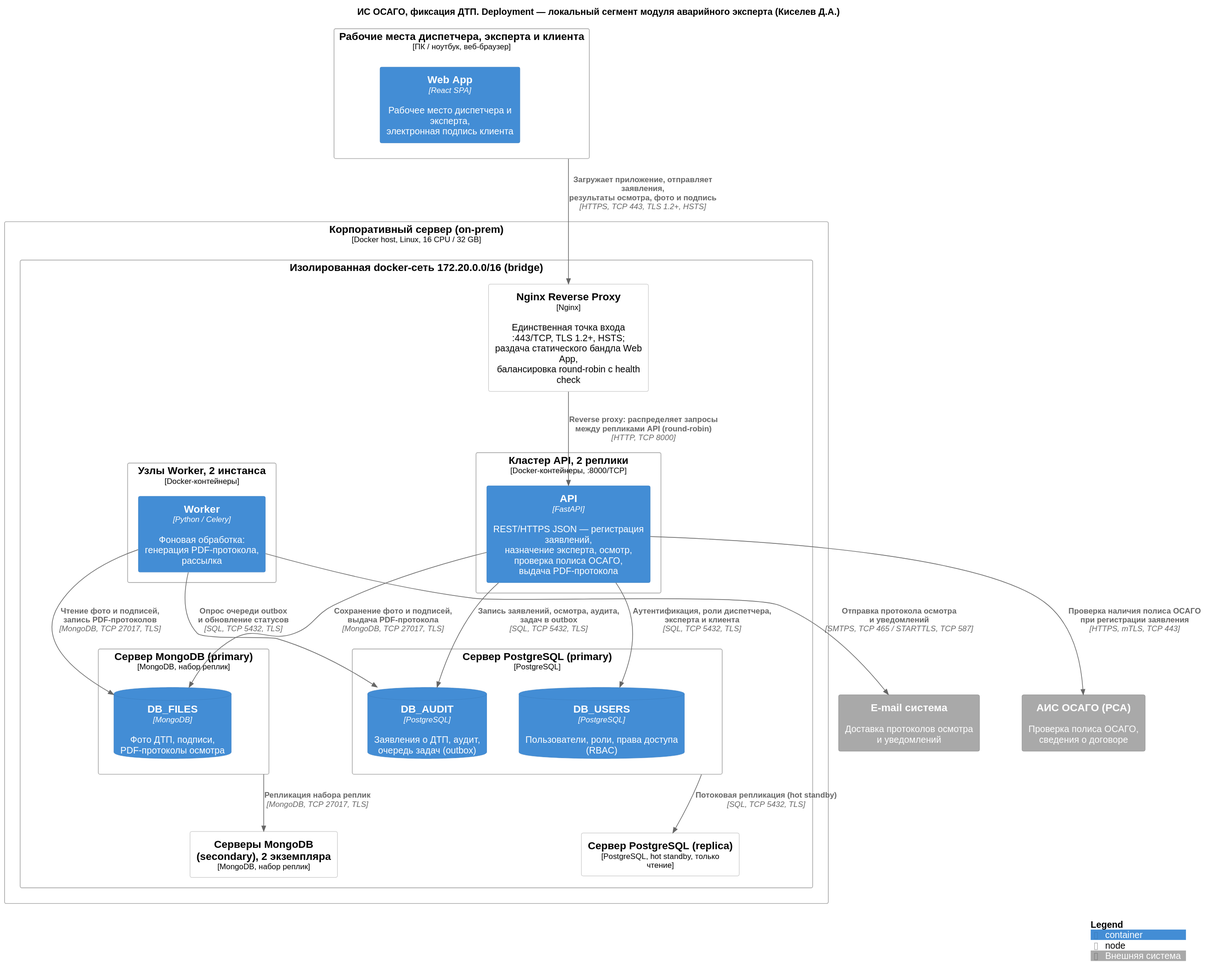
Earlier version of the PlantUML export architecture/docs/images/kiselev_api/deployment.svg (ElectricLight-ELO/Insurance-system).
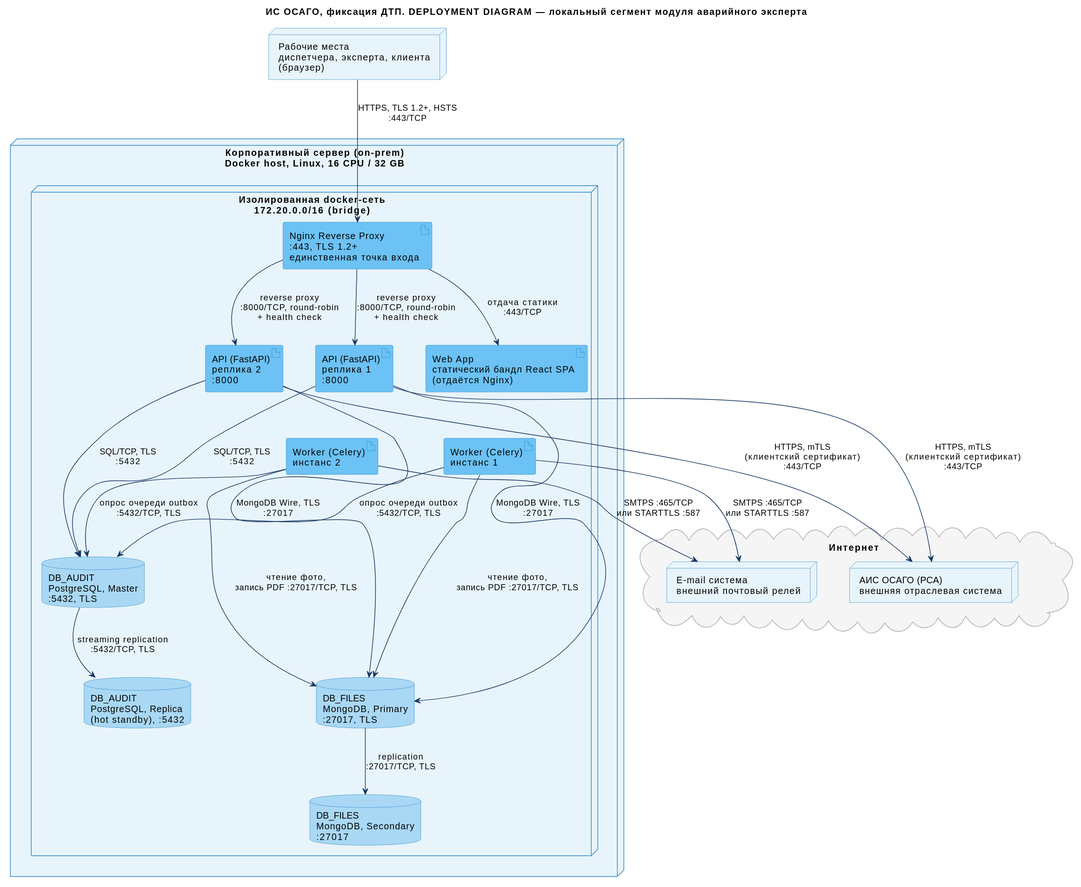
After the commit.

What changed in the source:
```diff
@@ -1,60 +1,104 @@
 @startuml
-!include ../core/C4_Deployment.puml
+title ИС ОСАГО, фиксация ДТП. DEPLOYMENT DIAGRAM — локальный сегмент модуля аварийного эксперта
 
-title ИС ОСАГО, фиксация ДТП. Deployment — локальный сегмент модуля аварийного эксперта (Киселев Д.А.)
+skinparam nodesep 50
+skinparam ranksep 70
+skinparam node {
+    BackgroundColor #E8F4FB
+    BorderColor #2E86C1
+    FontColor #000000
+}
+skinparam artifact {
+    BackgroundColor #6cc2f5
+    BorderColor #2E86C1
+    FontColor #000000
+}
+skinparam database {
+    BackgroundColor #A9D8F5
+    BorderColor #2E86C1
+    FontColor #000000
+}
+skinparam cloud {
+    BackgroundColor #F5F5F5
+    BorderColor #A9A9A9
+    FontColor #000000
+}
+skinparam ArrowColor #143560
 
-LAYOUT_TOP_DOWN()
 
-Deployment_Node(workstation, "Рабочие места диспетчера, эксперта и клиента", "ПК / ноутбук, веб-браузер") {
-    Container(web_app, "Web App", "React SPA", "Рабочее место диспетчера и эксперта,\nэлектронная подпись клиента")
+node "Рабочие места\nдиспетчера, эксперта, клиента\n(браузер)" as workstation
+
+cloud "Интернет" as internet {
+    node "АИС ОСАГО (РСА)\nвнешняя отраслевая система" as ais
+    node "E-mail система\nвнешний почтовый релей" as email
 }
 
-Deployment_Node(server, "Корпоративный сервер (on-prem)", "Docker host, Linux, 16 CPU / 32 GB") {
-    Deployment_Node(net, "Изолированная docker-сеть 172.20.0.0/16 (bridge)") {
 
-        Deployment_Node(nginx_node, "Nginx Reverse Proxy", "Nginx", "Единственная точка входа :443/TCP, TLS 1.2+, HSTS;\nраздача статического бандла Web App,\nбалансировка round-robin с health check")
+node "Корпоративный сервер (on-prem)\nDocker host, Linux, 16 CPU / 32 GB" as server {
 
-        Deployment_Node(api_cluster, "Кластер API, 2 реплики", "Docker-контейнеры, :8000/TCP") {
-            Container(api, "API", "FastAPI", "REST/HTTPS JSON — регистрация заявлений,\nназначение эксперта, осмотр, проверка полиса ОСАГО,\nвыдача PDF-протокола")
-        }
+    node "Изолированная docker-сеть\n172.20.0.0/16 (bridge)" as net {
 
-        Deployment_Node(worker_cluster, "Узлы Worker, 2 инстанса", "Docker-контейнеры") {
-            Container(worker, "Worker", "Python / Celery", "Фоновая обработка:\nгенерация PDF-протокола, рассылка")
-        }
+        artifact "Nginx Reverse Proxy\n:443, TLS 1.2+\nединственная точка входа" as nginx
 
-        Deployment_Node(pg_primary, "Сервер PostgreSQL (primary)", "PostgreSQL") {
-            ContainerDb(db_users, "DB_USERS", "PostgreSQL", "Пользователи, роли, права доступа (RBAC)")
-            ContainerDb(db_audit, "DB_AUDIT", "PostgreSQL", "Заявления о ДТП, аудит,\nочередь задач (outbox)")
-        }
+        artifact "Web App\nстатический бандл React SPA\n(отдаётся Nginx)" as web_bundle
 
-        Deployment_Node(pg_replica, "Сервер PostgreSQL (replica)", "PostgreSQL, hot standby, только чтение")
+        artifact "API (FastAPI)\nреплика 1\n:8000" as api1
 
-        Deployment_Node(mongo_primary, "Сервер MongoDB (primary)", "MongoDB, набор реплик") {
-            ContainerDb(db_files, "DB_FILES", "MongoDB", "Фото ДТП, подписи,\nPDF-протоколы осмотра")
-        }
+        artifact "API (FastAPI)\nреплика 2\n:8000" as api2
 
-        Deployment_Node(mongo_secondary, "Серверы MongoDB (secondary), 2 экземпляра", "MongoDB, набор реплик")
+        artifact "Worker (Celery)\nинстанс 1" as worker1
+
+        artifact "Worker (Celery)\nинстанс 2" as worker2
+
+        database "DB_AUDIT\nPostgreSQL, Master\n:5432, TLS" as pg_master
+
+        database "DB_AUDIT\nPostgreSQL, Replica\n(hot standby), :5432" as pg_replica
+
+        database "DB_FILES\nMongoDB, Primary\n:27017, TLS" as mongo_primary
+
+        database "DB_FILES\nMongoDB, Secondary\n:27017" as mongo_secondary
     }
 }
 
-System_Ext(ais_osago, "АИС ОСАГО (РСА)", "Проверка полиса ОСАГО,\nсведения о договоре", $tags="ext")
-System_Ext(email_sys, "E-mail система", "Доставка протоколов осмотра\nи уведомлений", $tags="ext")
 
-Rel(workstation, nginx_node, "Загружает приложение, отправляет заявления,\nрезультаты осмотра, фото и подпись", "HTTPS, TCP 443, TLS 1.2+, HSTS")
-Rel(nginx_node, api, "Reverse proxy: распределяет запросы\nмежду репликами API (round-robin)", "HTTP, TCP 8000")
+workstation --> nginx : "HTTPS, TLS 1.2+, HSTS\n:443/TCP"
+nginx --> web_bundle : "отдача статики\n:443/TCP"
 
-Rel(api, db_users, "Аутентификация, роли диспетчера,\nэксперта и клиента", "SQL, TCP 5432, TLS")
-Rel(api, db_audit, "Запись заявлений, осмотра, аудита,\nзадач в outbox", "SQL, TCP 5432, TLS")
-Rel(api, db_files, "Сохранение фото и подписей,\nвыдача PDF-протокола", "MongoDB, TCP 27017, TLS")
 
-Rel(worker, db_audit, "Опрос очереди outbox\nи обновление статусов", "SQL, TCP 5432, TLS")
-Rel(worker, db_files, "Чтение фото и подписей,\nзапись PDF-протоколов", "MongoDB, TCP 27017, TLS")
+nginx --> api1 : "reverse proxy\n:8000/TCP, round-robin\n+ health check"
+nginx --> api2 : "reverse proxy\n:8000/TCP, round-robin\n+ health check"
 
-Rel(pg_primary, pg_replica, "Потоковая репликация (hot standby)", "SQL, TCP 5432, TLS")
-Rel(mongo_primary, mongo_secondary, "Репликация набора реплик", "MongoDB, TCP 27017, TLS")
 
-Rel(api, ais_osago, "Проверка наличия полиса ОСАГО\nпри регистрации заявления", "HTTPS, mTLS, TCP 443")
-Rel(worker, email_sys, "Отправка протокола осмотра\nи уведомлений", "SMTPS, TCP 465 / STARTTLS, TCP 587")
+api1 --> pg_master : "SQL/TCP, TLS\n:5432"
+api2 --> pg_master : "SQL/TCP, TLS\n:5432"
+api1 --> mongo_primary : "MongoDB Wire, TLS\n:27017"
+api2 --> mongo_primary : "MongoDB Wire, TLS\n:27017"
 
-SHOW_LEGEND()
+
+pg_master --> pg_replica : "streaming replication\n:5432/TCP, TLS"
+mongo_primary --> mongo_secondary : "replication\n:27017/TCP, TLS"
+
+
+worker1 --> pg_master : "опрос очереди outbox\n:5432/TCP, TLS"
+worker2 --> pg_master : "опрос очереди outbox\n:5432/TCP, TLS"
+worker1 --> mongo_primary : "чтение фото,\nзапись PDF :27017/TCP, TLS"
+worker2 --> mongo_primary : "чтение фото,\nзапись PDF :27017/TCP, TLS"
+
+
+api1 --> ais : "HTTPS, mTLS\n(клиентский сертификат)\n:443/TCP"
+api2 --> ais : "HTTPS, mTLS\n(клиентский сертификат)\n:443/TCP"
+worker1 --> email : "SMTPS :465/TCP\nили STARTTLS :587"
+worker2 --> email : "SMTPS :465/TCP\nили STARTTLS :587"
+
+
+nginx -[hidden]down- api1
+api1 -[hidden]right- api2
+api2 -[hidden]down- worker1
+worker1 -[hidden]right- worker2
+
+pg_master -[hidden]right- pg_replica
+mongo_primary -[hidden]right- mongo_secondary
+pg_master -[hidden]down- mongo_primary
+
+server -[hidden]up- internet
 @enduml
```
